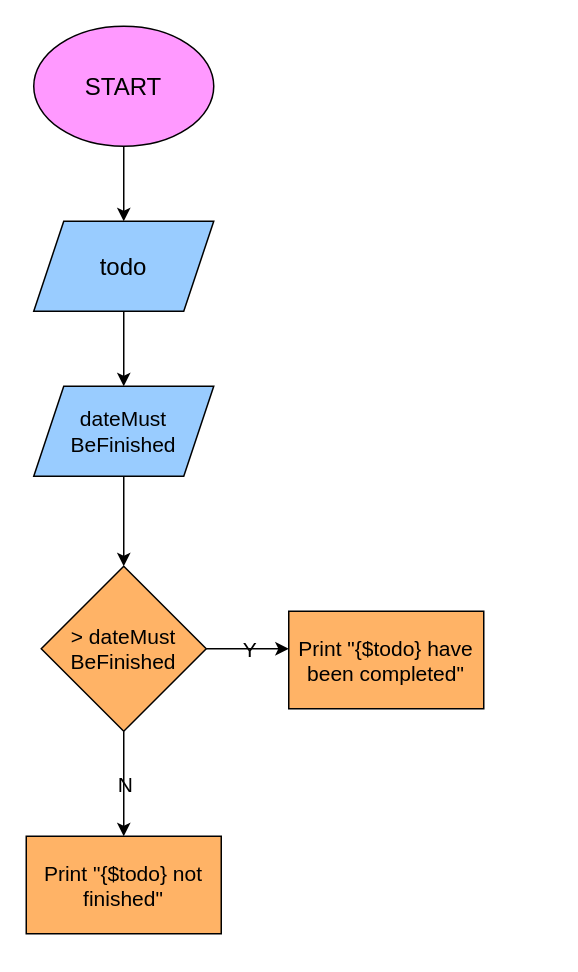
raflibima25/rafli_bima_pratandra-todolist keeps this draw.io diagram as flowchart.drawio. Above is the earlier version. Source tidied: cells renumbered, new cells numbered last; positions are measured from the earlier drawing's top-left corner, leaving out a move shared by most shapes. Both pictures are drawn from the tidied source at 150%, with x=0, y=0 at pixel (26, 26).
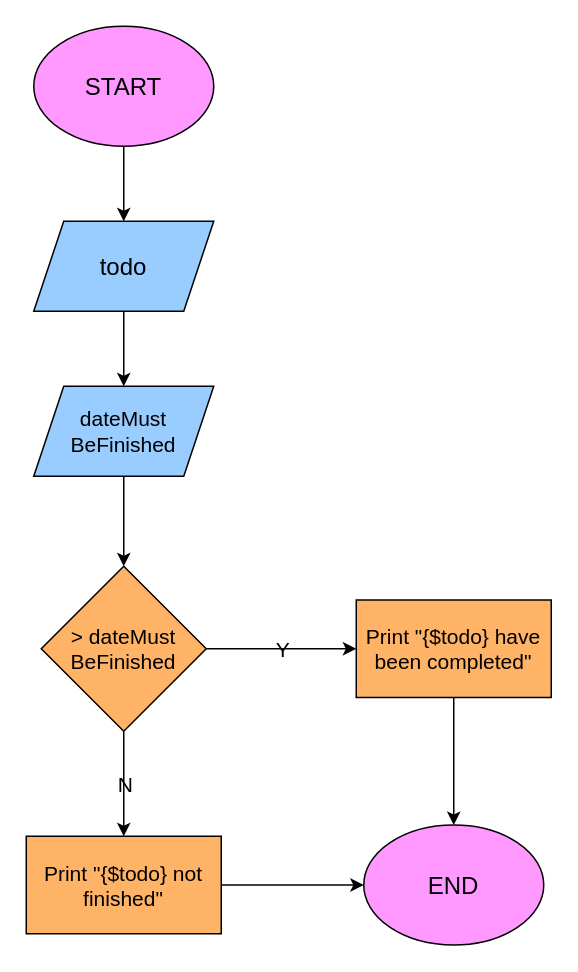
Above is the later version.

Commit message:
docs: add end task flow

What changed in the source:
```diff
@@
 <mxGraphModel background="#ffffff">
   <root>
     <mxCell id="0" />
     <mxCell id="1" parent="0" />
     <mxCell id="2" value="&lt;p&gt;&lt;font color=&quot;#000000&quot; style=&quot;font-size: 16px&quot;&gt;START&lt;/font&gt;&lt;/p&gt;" style="ellipse;whiteSpace=wrap;html=1;fillColor=#FF99FF;strokeColor=#000000;" parent="1" vertex="1">
       <mxGeometry x="5" width="120" height="80" as="geometry" />
     </mxCell>
     <mxCell id="3" value="&lt;font style=&quot;font-size: 16px&quot; color=&quot;#000000&quot;&gt;todo&lt;/font&gt;" style="shape=parallelogram;perimeter=parallelogramPerimeter;whiteSpace=wrap;html=1;fixedSize=1;strokeColor=#000000;fillColor=#99CCFF;" parent="1" vertex="1">
       <mxGeometry x="5" y="130" width="120" height="60" as="geometry" />
     </mxCell>
     <mxCell id="4" value="&lt;font style=&quot;font-size: 14px&quot; color=&quot;#000000&quot;&gt;dateMust&lt;br&gt;BeFinished&lt;/font&gt;" style="shape=parallelogram;perimeter=parallelogramPerimeter;whiteSpace=wrap;html=1;fixedSize=1;strokeColor=#000000;fillColor=#99CCFF;" parent="1" vertex="1">
       <mxGeometry x="5" y="240" width="120" height="60" as="geometry" />
     </mxCell>
     <mxCell id="5" style="endArrow=classic;html=1;fontFamily=Helvetica;fontSize=14;fontColor=#000000;strokeColor=#000000;exitX=0.5;exitY=1;exitDx=0;exitDy=0;entryX=0.5;entryY=0;entryDx=0;entryDy=0;" parent="1" edge="1" source="2" target="3">
       <mxGeometry relative="1" as="geometry" />
     </mxCell>
     <mxCell id="6" style="endArrow=classic;html=1;fontFamily=Helvetica;fontSize=14;fontColor=#000000;strokeColor=#000000;exitX=0.5;exitY=1;exitDx=0;exitDy=0;entryX=0.5;entryY=0;entryDx=0;entryDy=0;" parent="1" edge="1" source="3" target="4">
       <mxGeometry relative="1" as="geometry" />
     </mxCell>
     <mxCell id="7" style="endArrow=classic;html=1;fontFamily=Helvetica;fontSize=14;fontColor=#000000;strokeColor=#000000;exitX=0.5;exitY=1;exitDx=0;exitDy=0;" parent="1" edge="1" source="4">
       <mxGeometry relative="1" as="geometry">
         <mxPoint x="65" y="360" as="targetPoint" />
       </mxGeometry>
     </mxCell>
     <mxCell id="8" value="&amp;gt; dateMust&lt;br&gt;BeFinished" style="rhombus;whiteSpace=wrap;html=1;labelBackgroundColor=none;fontFamily=Helvetica;fontSize=14;fontColor=#000000;strokeColor=#000000;fillColor=#FFB366;" parent="1" vertex="1">
       <mxGeometry x="10" y="360" width="110" height="110" as="geometry" />
     </mxCell>
     <mxCell id="9" value="Print &quot;{$todo} have been completed&quot;" style="rounded=0;whiteSpace=wrap;html=1;labelBackgroundColor=none;fontFamily=Helvetica;fontSize=14;fontColor=#000000;strokeColor=#000000;fillColor=#FFB366;" parent="1" vertex="1">
-      <mxGeometry x="175" y="390" width="130" height="65" as="geometry" />
+      <mxGeometry x="220" y="382.5" width="130" height="65" as="geometry" />
     </mxCell>
-    <mxCell id="10" style="endArrow=classic;html=1;fontFamily=Helvetica;fontSize=14;fontColor=#000000;strokeColor=#000000;exitX=1;exitY=0.5;exitDx=0;exitDy=0;" parent="1" edge="1" source="8">
-      <mxGeometry relative="1" as="geometry">
-        <mxPoint x="175" y="415" as="targetPoint" />
-      </mxGeometry>
+    <mxCell id="10" style="endArrow=classic;html=1;fontFamily=Helvetica;fontSize=14;fontColor=#000000;strokeColor=#000000;exitX=1;exitY=0.5;exitDx=0;exitDy=0;entryX=0;entryY=0.5;entryDx=0;entryDy=0;" parent="1" edge="1" source="8" target="9">
+      <mxGeometry relative="1" as="geometry" />
     </mxCell>
     <mxCell id="11" value="Y" style="edgeLabel;html=1;align=center;verticalAlign=middle;labelBackgroundColor=none;fontFamily=Helvetica;fontSize=14;fontColor=#000000;strokeColor=#000000;fillColor=#FFB366;" parent="10" vertex="1">
       <mxGeometry relative="1" as="geometry" />
     </mxCell>
     <mxCell id="12" style="endArrow=classic;html=1;fontFamily=Helvetica;fontSize=14;fontColor=#000000;strokeColor=#000000;exitX=0.5;exitY=1;exitDx=0;exitDy=0;entryX=0.5;entryY=0;entryDx=0;entryDy=0;" parent="1" edge="1" source="8" target="14">
       <mxGeometry relative="1" as="geometry" />
     </mxCell>
     <mxCell id="13" value="N" style="edgeLabel;html=1;align=center;verticalAlign=middle;labelBackgroundColor=none;fontFamily=Helvetica;fontSize=14;fontColor=#000000;strokeColor=#000000;fillColor=#FFB366;" parent="12" vertex="1">
       <mxGeometry relative="1" as="geometry" />
     </mxCell>
     <mxCell id="14" value="Print &quot;{$todo} not finished&quot;" style="rounded=0;whiteSpace=wrap;html=1;labelBackgroundColor=none;fontFamily=Helvetica;fontSize=14;fontColor=#000000;strokeColor=#000000;fillColor=#FFB366;" parent="1" vertex="1">
       <mxGeometry y="540" width="130" height="65" as="geometry" />
     </mxCell>
+    <mxCell id="15" value="&lt;p&gt;&lt;font color=&quot;#000000&quot; style=&quot;font-size: 16px&quot;&gt;END&lt;/font&gt;&lt;/p&gt;" style="ellipse;whiteSpace=wrap;html=1;fillColor=#FF99FF;strokeColor=#000000;" parent="1" vertex="1">
+      <mxGeometry x="225" y="532.5" width="120" height="80" as="geometry" />
+    </mxCell>
+    <mxCell id="16" style="endArrow=classic;html=1;fontFamily=Helvetica;fontSize=14;fontColor=none;strokeColor=#000000;exitX=1;exitY=0.5;exitDx=0;exitDy=0;entryX=0;entryY=0.5;entryDx=0;entryDy=0;" parent="1" edge="1" source="14" target="15">
+      <mxGeometry relative="1" as="geometry" />
+    </mxCell>
+    <mxCell id="17" style="endArrow=classic;html=1;fontFamily=Helvetica;fontSize=14;fontColor=none;strokeColor=#000000;exitX=0.5;exitY=1;exitDx=0;exitDy=0;entryX=0.5;entryY=0;entryDx=0;entryDy=0;" parent="1" edge="1" source="9" target="15">
+      <mxGeometry relative="1" as="geometry" />
+    </mxCell>
   </root>
 </mxGraphModel>
```
